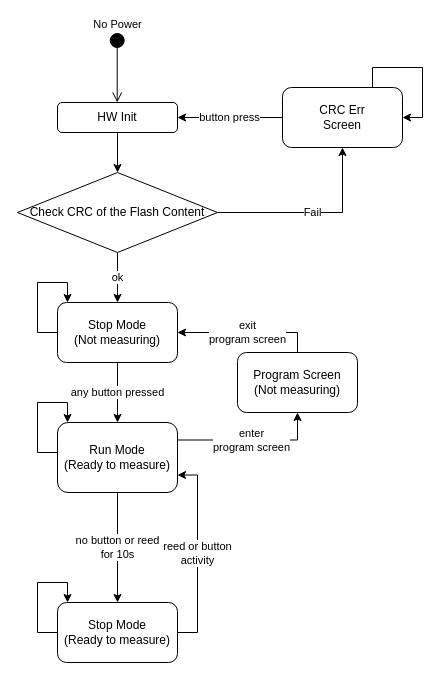
Before: Untitled Diagram.drawio in insighthorizon/useful_scripts, a draw.io diagram. Source tidied: cells renumbered, new cells numbered last; positions are measured from the earlier drawing's top-left corner, leaving out a move shared by most shapes. Both pictures are drawn from the tidied source at 100%, with x=0, y=0 at pixel (17, 32).
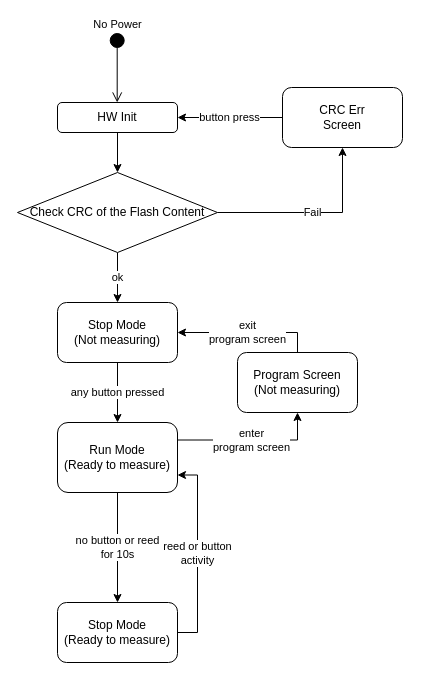
The same diagram, later.

The change refers to these unchanged cells:
```xml
<mxCell id="10" value="CRC Err&lt;br&gt;Screen" style="rounded=1;whiteSpace=wrap;html=1;" parent="1" vertex="1">
  <mxGeometry x="265" y="55" width="120" height="60" as="geometry" />
</mxCell>
```

Diff of the diagram source:
```diff
@@
-    <mxCell id="13" style="edgeStyle=orthogonalEdgeStyle;rounded=0;orthogonalLoop=1;jettySize=auto;html=1;exitX=0.75;exitY=0;exitDx=0;exitDy=0;entryX=1;entryY=0.5;entryDx=0;entryDy=0;" parent="1" edge="1" source="10" target="10">
-      <mxGeometry relative="1" as="geometry" />
-    </mxCell>
@@
-    <mxCell id="17" style="edgeStyle=orthogonalEdgeStyle;rounded=0;orthogonalLoop=1;jettySize=auto;html=1;exitX=0;exitY=0.5;exitDx=0;exitDy=0;entryX=0.083;entryY=0;entryDx=0;entryDy=0;entryPerimeter=0;" parent="1" edge="1">
-      <mxGeometry relative="1" as="geometry">
-        <mxPoint x="40" y="420" as="sourcePoint" />
-        <mxPoint x="50" y="390" as="targetPoint" />
-        <Array as="points">
-          <mxPoint x="20" y="420" />
-          <mxPoint x="20" y="370" />
-          <mxPoint x="50" y="370" />
-        </Array>
-      </mxGeometry>
-    </mxCell>
-    <mxCell id="18" style="edgeStyle=orthogonalEdgeStyle;rounded=0;orthogonalLoop=1;jettySize=auto;html=1;exitX=0;exitY=0.5;exitDx=0;exitDy=0;entryX=0.083;entryY=0;entryDx=0;entryDy=0;entryPerimeter=0;" parent="1" edge="1">
-      <mxGeometry relative="1" as="geometry">
-        <mxPoint x="40" y="300" as="sourcePoint" />
-        <mxPoint x="50" y="270" as="targetPoint" />
-        <Array as="points">
-          <mxPoint x="20" y="300" />
-          <mxPoint x="20" y="250" />
-          <mxPoint x="50" y="250" />
-        </Array>
-      </mxGeometry>
-    </mxCell>
@@
-    <mxCell id="23" style="edgeStyle=orthogonalEdgeStyle;rounded=0;orthogonalLoop=1;jettySize=auto;html=1;exitX=0;exitY=0.5;exitDx=0;exitDy=0;entryX=0.083;entryY=0;entryDx=0;entryDy=0;entryPerimeter=0;" parent="1" edge="1">
-      <mxGeometry relative="1" as="geometry">
-        <mxPoint x="40" y="600" as="sourcePoint" />
-        <mxPoint x="50" y="570" as="targetPoint" />
-        <Array as="points">
-          <mxPoint x="20" y="600" />
-          <mxPoint x="20" y="550" />
-          <mxPoint x="50" y="550" />
-        </Array>
-      </mxGeometry>
-    </mxCell>
```
